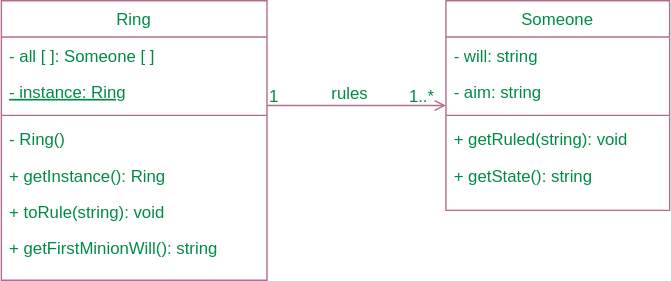
This is img/oop_3lab.svg from Ol333/hate-arising-labs, a draw.io export, as it was before one commit. Source tidied: cells renumbered, new cells last; positions are measured from the earlier drawing's top-left corner, leaving out a move shared by most shapes.
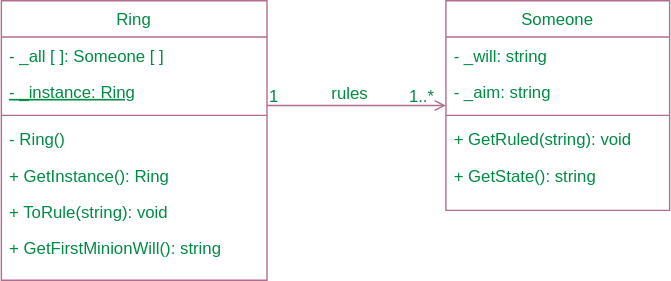
The same file after the commit.

The edit, as a diff of the source:
```diff
@@ -5,10 +5,10 @@
     <mxCell id="2" value="Ring" style="swimlane;fontStyle=0;align=center;verticalAlign=top;horizontal=1;startSize=26;rounded=0;shadow=0;strokeWidth=1;fillColor=none;fontColor=#008B45;strokeColor=#B36C8F;" parent="1" vertex="1">
       <mxGeometry width="190" height="200" as="geometry" />
     </mxCell>
-    <mxCell id="3" value="- all [ ]: Someone [ ]" style="text;align=left;verticalAlign=top;spacingLeft=4;spacingRight=4;overflow=hidden;rounded=0;shadow=0;html=0;fontColor=#008B45;" parent="2" vertex="1">
+    <mxCell id="3" value="- _all [ ]: Someone [ ]" style="text;align=left;verticalAlign=top;spacingLeft=4;spacingRight=4;overflow=hidden;rounded=0;shadow=0;html=0;fontColor=#008B45;" parent="2" vertex="1">
       <mxGeometry y="26" width="190" height="26" as="geometry" />
     </mxCell>
-    <mxCell id="4" value="- instance: Ring" style="text;align=left;verticalAlign=top;spacingLeft=4;spacingRight=4;overflow=hidden;rounded=0;shadow=0;html=0;fontStyle=4;fontColor=#008B45;" parent="2" vertex="1">
+    <mxCell id="4" value="- _instance: Ring" style="text;align=left;verticalAlign=top;spacingLeft=4;spacingRight=4;overflow=hidden;rounded=0;shadow=0;html=0;fontStyle=4;fontColor=#008B45;" parent="2" vertex="1">
       <mxGeometry y="52" width="190" height="26" as="geometry" />
     </mxCell>
     <mxCell id="5" style="line;html=1;strokeWidth=1;align=left;verticalAlign=middle;spacingTop=-1;spacingLeft=3;spacingRight=3;labelPosition=right;fontColor=#008B45;strokeColor=#B36C8F;" parent="2" vertex="1">
@@ -17,31 +17,31 @@
     <mxCell id="6" value="- Ring()" style="text;align=left;verticalAlign=top;spacingLeft=4;spacingRight=4;overflow=hidden;rounded=0;shadow=0;html=0;fontColor=#008B45;" parent="2" vertex="1">
       <mxGeometry y="86" width="190" height="26" as="geometry" />
     </mxCell>
-    <mxCell id="7" value="+ getInstance(): Ring" style="text;align=left;verticalAlign=top;spacingLeft=4;spacingRight=4;overflow=hidden;rounded=0;shadow=0;html=0;fontColor=#008B45;" parent="2" vertex="1">
+    <mxCell id="7" value="+ GetInstance(): Ring" style="text;align=left;verticalAlign=top;spacingLeft=4;spacingRight=4;overflow=hidden;rounded=0;shadow=0;html=0;fontColor=#008B45;" parent="2" vertex="1">
       <mxGeometry y="112" width="190" height="26" as="geometry" />
     </mxCell>
-    <mxCell id="8" value="+ toRule(string): void" style="text;align=left;verticalAlign=top;spacingLeft=4;spacingRight=4;overflow=hidden;fontColor=#008B45;" parent="2" vertex="1">
+    <mxCell id="8" value="+ ToRule(string): void" style="text;align=left;verticalAlign=top;spacingLeft=4;spacingRight=4;overflow=hidden;fontColor=#008B45;" parent="2" vertex="1">
       <mxGeometry y="138" width="190" height="26" as="geometry" />
     </mxCell>
-    <mxCell id="9" value="+ getFirstMinionWill(): string" style="text;align=left;verticalAlign=top;spacingLeft=4;spacingRight=4;overflow=hidden;fontColor=#008B45;" parent="2" vertex="1">
+    <mxCell id="9" value="+ GetFirstMinionWill(): string" style="text;align=left;verticalAlign=top;spacingLeft=4;spacingRight=4;overflow=hidden;fontColor=#008B45;" parent="2" vertex="1">
       <mxGeometry y="164" width="190" height="26" as="geometry" />
     </mxCell>
     <mxCell id="10" value="Someone" style="swimlane;fontStyle=0;align=center;verticalAlign=top;horizontal=1;startSize=26;rounded=0;shadow=0;strokeWidth=1;fillColor=none;fontColor=#008B45;strokeColor=#B36C8F;" parent="1" vertex="1">
       <mxGeometry x="318" width="160" height="150" as="geometry" />
     </mxCell>
-    <mxCell id="11" value="- will: string" style="text;align=left;verticalAlign=top;spacingLeft=4;spacingRight=4;overflow=hidden;fontColor=#008B45;" parent="10" vertex="1">
+    <mxCell id="11" value="- _will: string" style="text;align=left;verticalAlign=top;spacingLeft=4;spacingRight=4;overflow=hidden;fontColor=#008B45;" parent="10" vertex="1">
       <mxGeometry y="26" width="160" height="26" as="geometry" />
     </mxCell>
-    <mxCell id="12" value="- aim: string" style="text;align=left;verticalAlign=top;spacingLeft=4;spacingRight=4;overflow=hidden;rounded=0;shadow=0;html=0;fontColor=#008B45;" parent="10" vertex="1">
+    <mxCell id="12" value="- _aim: string" style="text;align=left;verticalAlign=top;spacingLeft=4;spacingRight=4;overflow=hidden;rounded=0;shadow=0;html=0;fontColor=#008B45;" parent="10" vertex="1">
       <mxGeometry y="52" width="160" height="26" as="geometry" />
     </mxCell>
     <mxCell id="13" style="line;html=1;strokeWidth=1;align=left;verticalAlign=middle;spacingTop=-1;spacingLeft=3;spacingRight=3;labelPosition=right;fontColor=#008B45;strokeColor=#B36C8F;" parent="10" vertex="1">
       <mxGeometry y="78" width="160" height="8" as="geometry" />
     </mxCell>
-    <mxCell id="14" value="+ getRuled(string): void" style="text;align=left;verticalAlign=top;spacingLeft=4;spacingRight=4;overflow=hidden;fontColor=#008B45;" parent="10" vertex="1">
+    <mxCell id="14" value="+ GetRuled(string): void" style="text;align=left;verticalAlign=top;spacingLeft=4;spacingRight=4;overflow=hidden;fontColor=#008B45;" parent="10" vertex="1">
       <mxGeometry y="86" width="160" height="26" as="geometry" />
     </mxCell>
-    <mxCell id="15" value="+ getState(): string" style="text;align=left;verticalAlign=top;spacingLeft=4;spacingRight=4;overflow=hidden;fontColor=#008B45;" parent="10" vertex="1">
+    <mxCell id="15" value="+ GetState(): string" style="text;align=left;verticalAlign=top;spacingLeft=4;spacingRight=4;overflow=hidden;fontColor=#008B45;" parent="10" vertex="1">
       <mxGeometry y="112" width="160" height="26" as="geometry" />
     </mxCell>
     <mxCell id="16" style="endArrow=open;shadow=0;strokeWidth=1;rounded=0;endFill=1;edgeStyle=elbowEdgeStyle;elbow=vertical;fontColor=#008B45;strokeColor=#B36C8F;" parent="1" edge="1" source="2" target="10">
```
